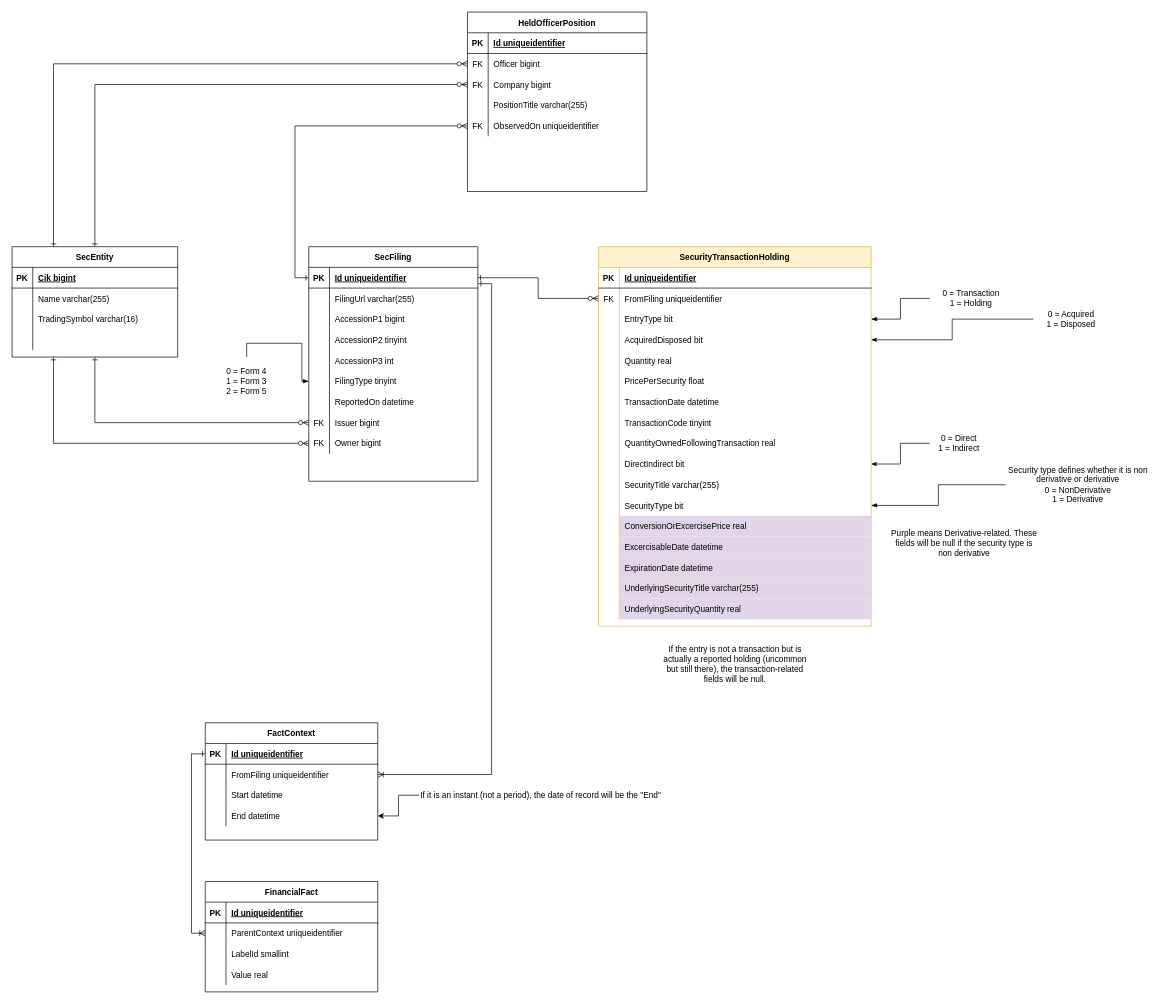
TimHanewich/Aletheia-Engine-Library keeps this draw.io diagram as page "Filing-Derived" (1 of 3) of AletheiaErd.drawio. Above is the earlier version. Source tidied: cells renumbered, new cells numbered last; positions are measured from the earlier drawing's top-left corner, leaving out a move shared by most shapes. Both pictures are drawn from the tidied source at 69%, with x=0, y=0 at pixel (12, 12).
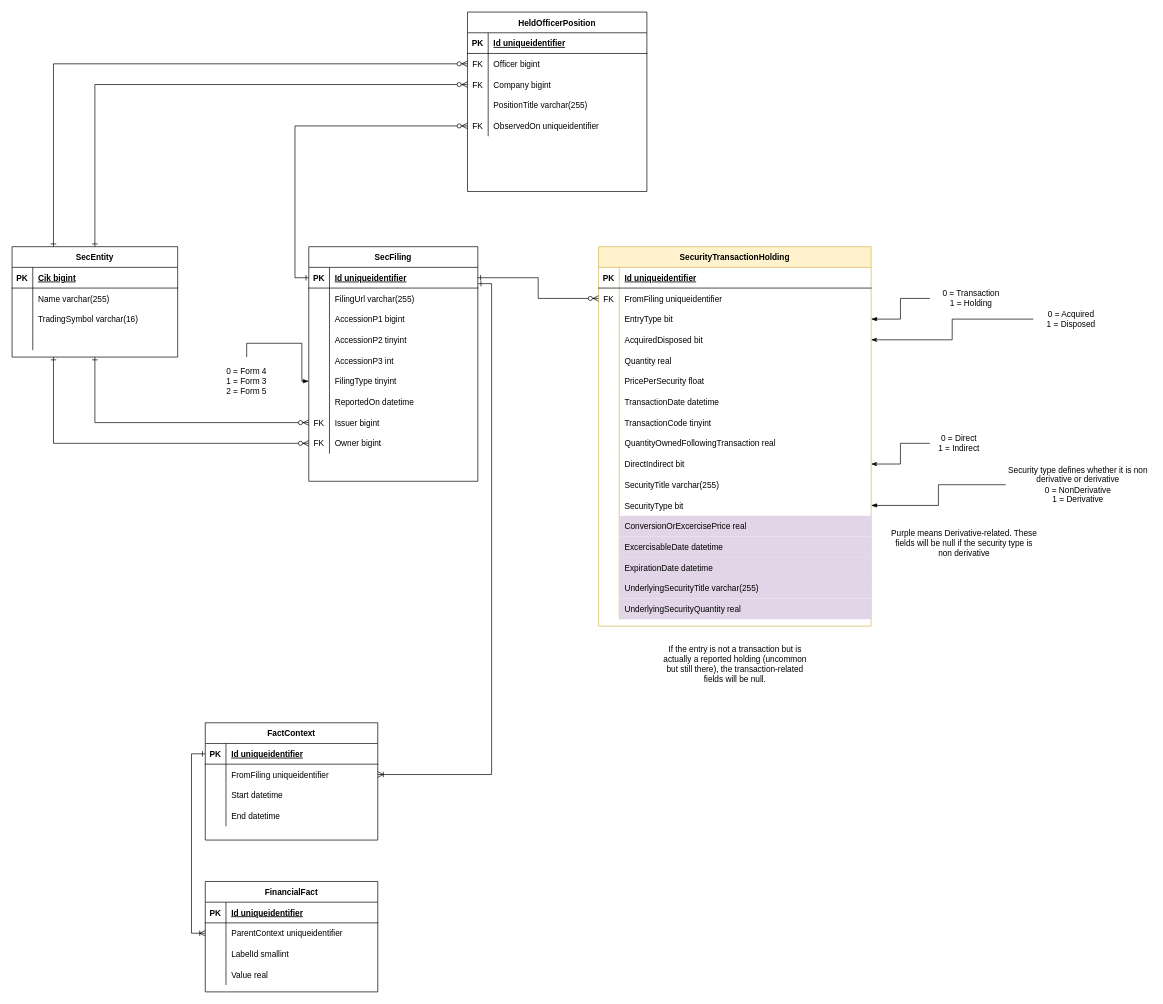
The same diagram, later.

Unchanged cells that the change refers to:
```xml
<mxCell id="139" style="shape=partialRectangle;fillColor=none;top=0;left=0;bottom=0;right=0;points=[[0,0.5],[1,0.5]];portConstraint=eastwest;" parent="129" vertex="1">
  <mxGeometry y="120" width="250" height="30" as="geometry" />
</mxCell>
```

Change to the diagram source:
```diff
@@
-    <mxCell id="142" style="edgeStyle=orthogonalEdgeStyle;rounded=0;jettySize=auto;html=1;exitX=0;exitY=0.5;exitDx=0;exitDy=0;entryX=1;entryY=0.5;entryDx=0;entryDy=0;" parent="1" edge="1" source="143" target="139">
-      <mxGeometry relative="1" as="geometry" />
-    </mxCell>
-    <mxCell id="143" value="If it is an instant (not a period), the date of record will be the &quot;End&quot;" style="text;html=1;strokeColor=none;fillColor=none;align=left;verticalAlign=middle;whiteSpace=wrap;rounded=0;" parent="1" vertex="1">
-      <mxGeometry x="590" y="1125" width="357.5" height="20" as="geometry" />
-    </mxCell>
```
